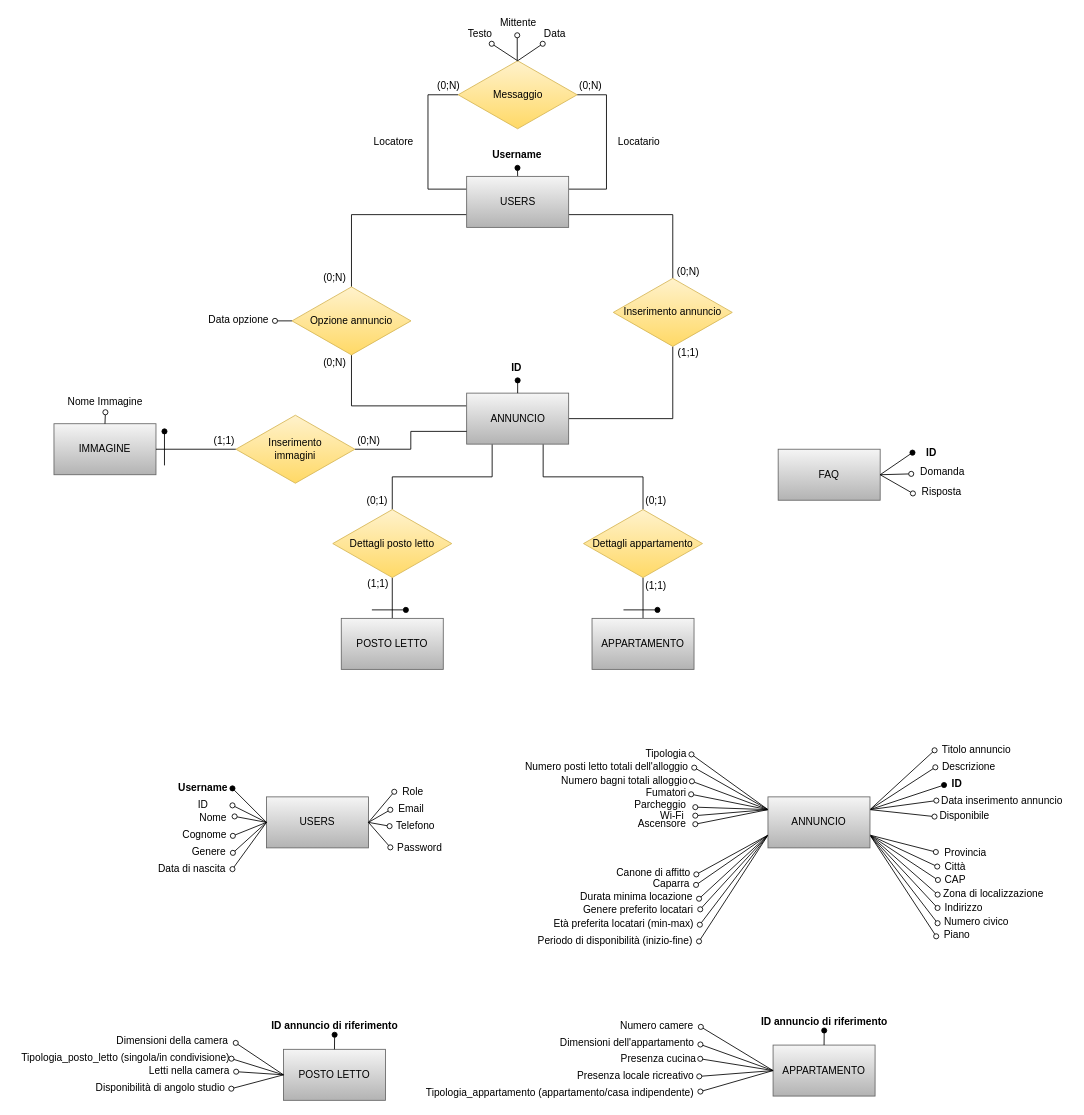
Earlier version of the draw.io diagram Database/Schema_ER_database.drawio (fd-col/RentAdvisor). Source tidied: cells renumbered, new cells numbered last; positions are measured from the earlier drawing's top-left corner, leaving out a move shared by most shapes. Both pictures are drawn from the tidied source at 85%, with x=0, y=0 at pixel (14, 14).
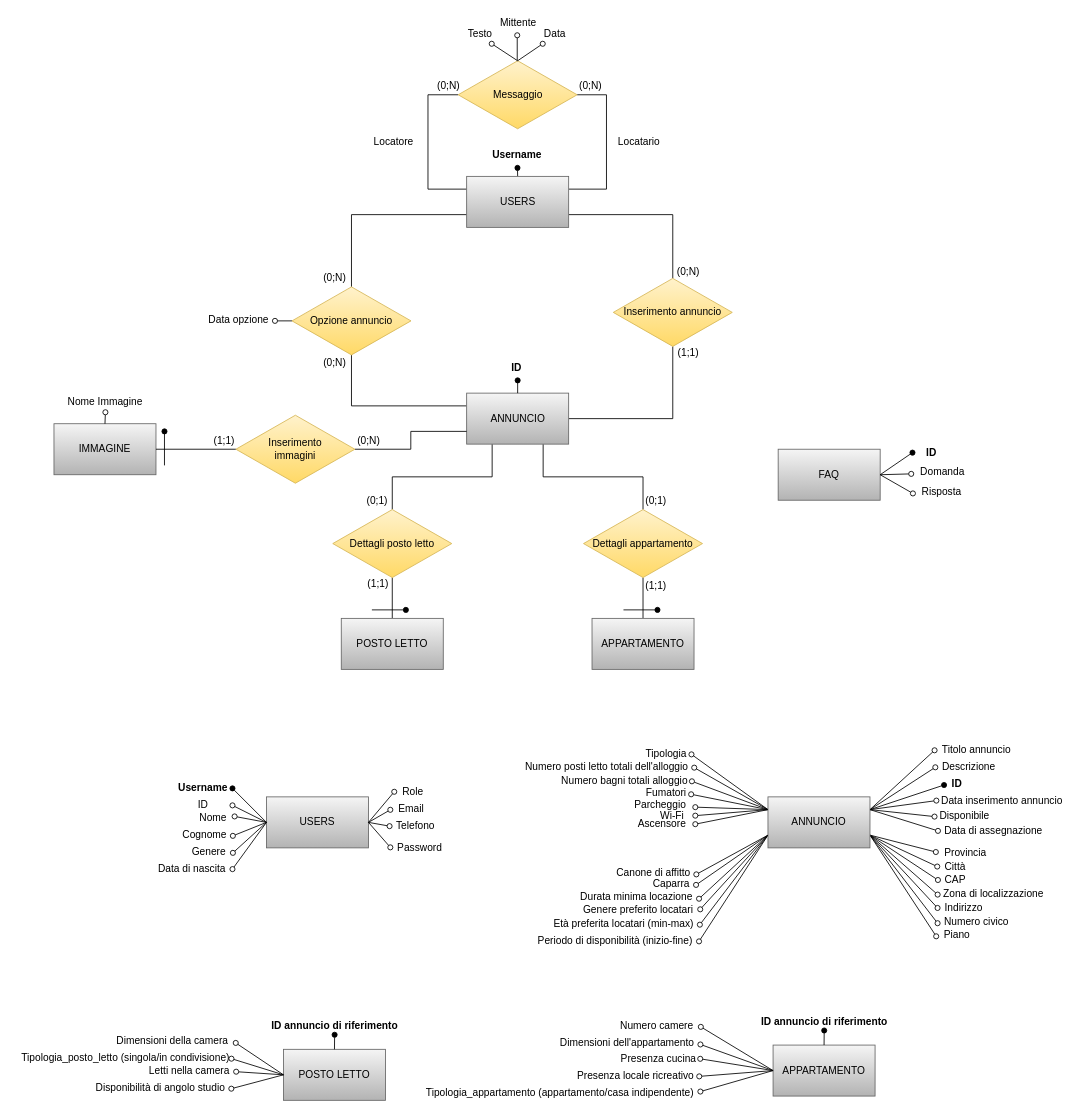
The same page after the edit.

The change refers to these unchanged cells:
```xml
<mxCell id="135" value="ANNUNCIO" style="rounded=0;whiteSpace=wrap;html=1;fillColor=#f5f5f5;gradientColor=#b3b3b3;strokeColor=#666666;" parent="1" vertex="1">
  <mxGeometry x="886" y="920" width="120" height="60" as="geometry" />
</mxCell>
```

The edit, as a diff of the source:
```diff
@@
+    <mxCell id="159" style="endArrow=oval;html=1;rounded=0;exitX=1;exitY=0.25;exitDx=0;exitDy=0;endFill=0;" parent="1" edge="1" source="135">
+      <mxGeometry relative="1" as="geometry">
+        <mxPoint x="1086" y="960" as="targetPoint" />
+      </mxGeometry>
+    </mxCell>
+    <mxCell id="160" value="Data di assegnazione" style="text;html=1;align=center;verticalAlign=middle;strokeColor=none;fillColor=none;" parent="1" vertex="1">
+      <mxGeometry x="1086" y="950" width="130" height="20" as="geometry" />
+    </mxCell>
```
